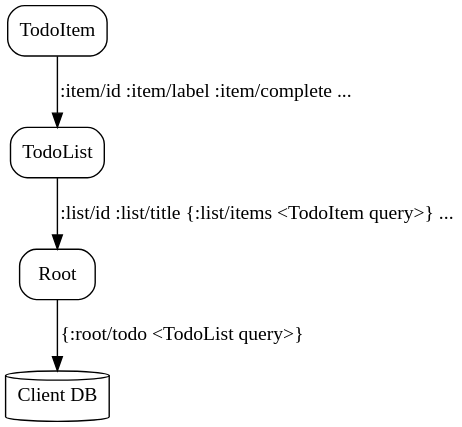
The PlantUML diagram docs/images/query-composition.svg in holyjak/fulcro-intro-wshop, before a commit. Its source is kept beside it as docs/images/query-composition.plantuml.
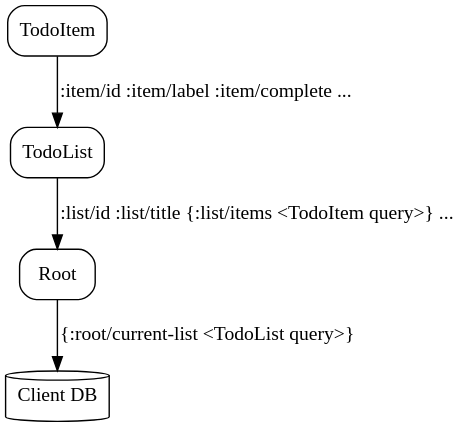
The same diagram one commit later.

The edit, as a diff of the source:
```diff
@@ -5,6 +5,6 @@
 
   TodoItem -> TodoList [label=" :item/id :item/label :item/complete ..."]
   TodoList -> Root [label=" :list/id :list/title {:list/items <TodoItem query>} ..."]
-  Root -> "Client DB" [label=" {:root/todo <TodoList query>}"]
+  Root -> "Client DB" [label=" {:root/current-list <TodoList query>}"]
 }
 @enddot
```
